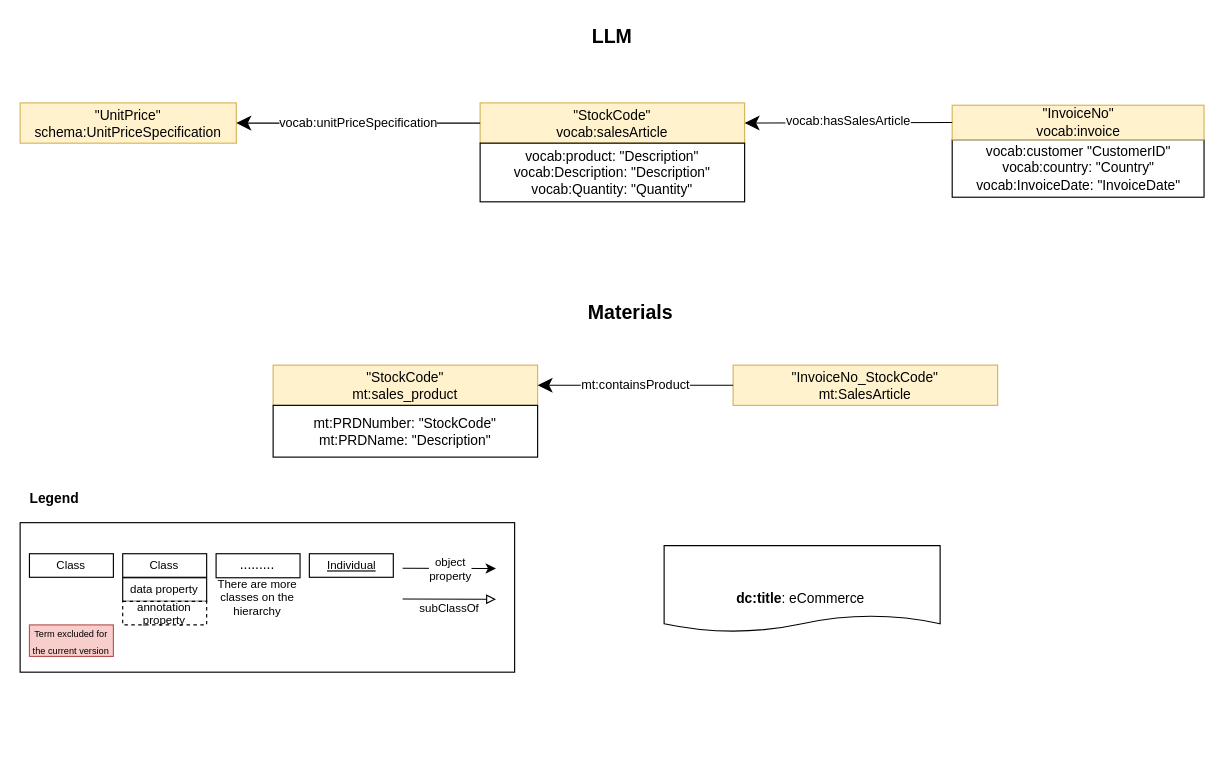
The draw.io diagram page "Materials-LLM" (8 of 8) of E-CommerceData/Figures/eCommerce.drawio in tecnomod-um/EvaluationGraphAlignmentMethods, before the edit. Source tidied: cells renumbered, new cells numbered last; positions are measured from the earlier drawing's top-left corner, leaving out a move shared by most shapes. Both pictures are drawn from the tidied source at 115%, with x=0, y=0 at pixel (20, 20).
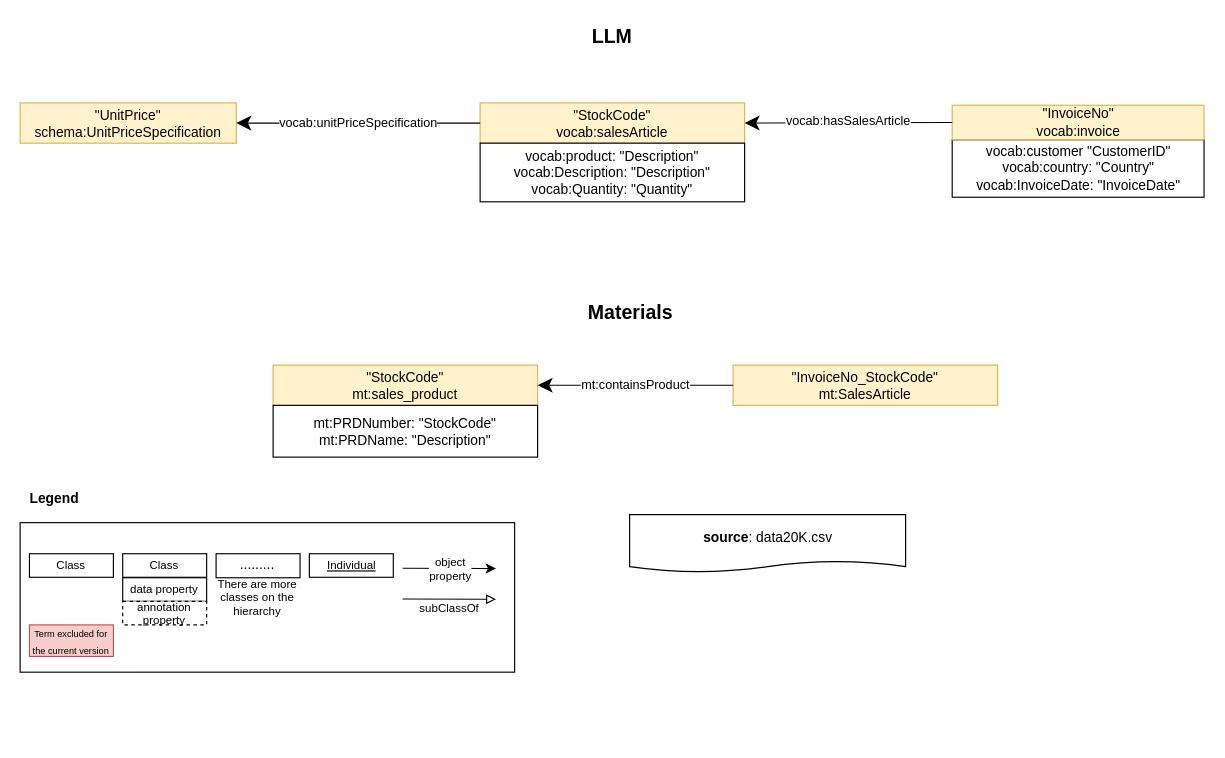
Above is the later version.

The edit, as a diff of the source:
```diff
@@
-    <mxCell id="15" value="&lt;br&gt;&lt;br&gt;&lt;div style=&quot;color: rgb(0 , 0 , 0) ; font-family: &amp;quot;helvetica&amp;quot; ; font-size: 12px ; font-style: normal ; font-weight: 400 ; letter-spacing: normal ; text-indent: 0px ; text-transform: none ; word-spacing: 0px ; text-align: left&quot;&gt;&lt;b&gt;dc:title&lt;/b&gt;&lt;span&gt;: eCommerce&amp;nbsp;&lt;/span&gt;&lt;/div&gt;" style="shape=document;html=1;boundedLbl=1;rounded=0;sketch=0;flipH=0;flipV=0;labelPosition=center;verticalLabelPosition=middle;align=center;verticalAlign=middle;spacingLeft=0;size=0.19093851132686085;labelBackgroundColor=none;" parent="1" vertex="1">
-      <mxGeometry x="560" y="457" width="240" height="75" as="geometry" />
-    </mxCell>
@@
+    <mxCell id="29" value="&lt;b style=&quot;font-family: helvetica; text-align: left; background-color: initial;&quot;&gt;source&lt;/b&gt;&lt;span style=&quot;font-family: helvetica; text-align: left; background-color: initial;&quot;&gt;: data20K.csv&lt;br&gt;&lt;/span&gt;" style="shape=document;html=1;boundedLbl=1;rounded=0;sketch=0;flipH=0;flipV=0;labelPosition=center;verticalLabelPosition=middle;align=center;verticalAlign=middle;spacingLeft=0;size=0.19093851132686085;labelBackgroundColor=none;" parent="1" vertex="1">
+      <mxGeometry x="530" y="430" width="240" height="50" as="geometry" />
+    </mxCell>
```
